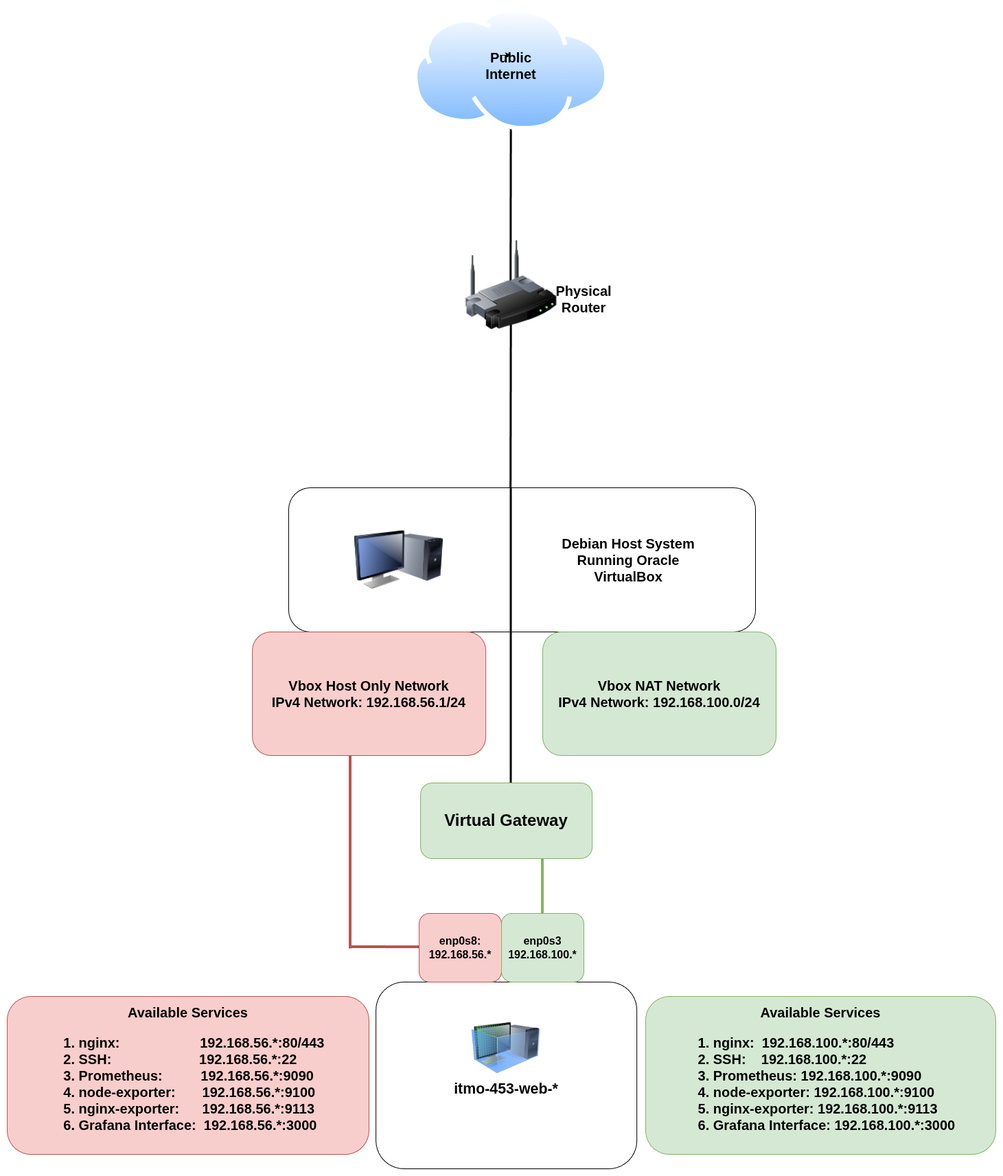
Earlier version of the draw.io export documentation/montoring-system-architecture.png (mdudek2/ITMO-453-Lab3). Source tidied: cells renumbered, new cells last; positions are measured from the earlier drawing's top-left corner, leaving out a move shared by most shapes.
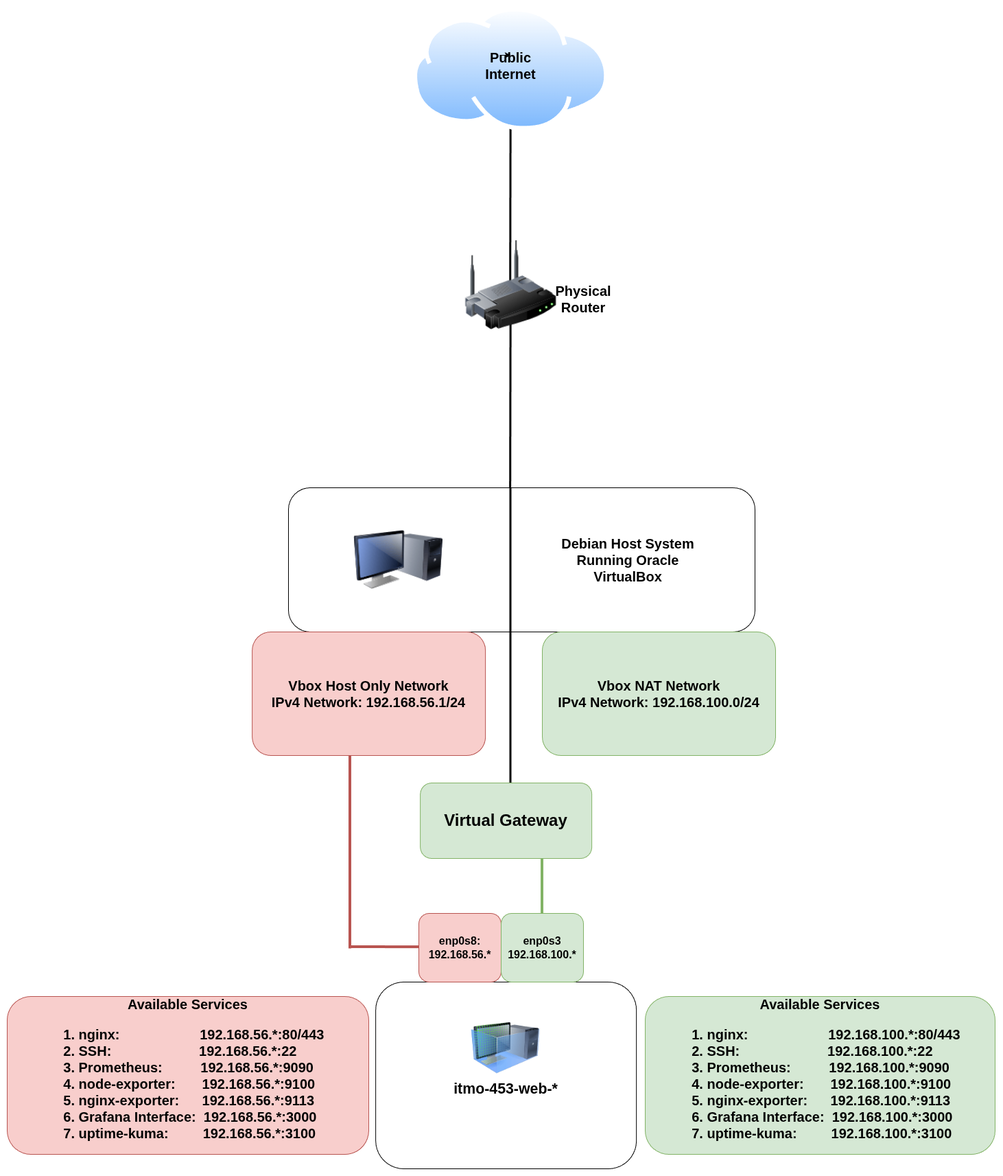
After the change.

The edit, as a diff of the source:
```diff
@@ -86,10 +86,10 @@
     <mxCell id="23" style="edgeStyle=orthogonalEdgeStyle;rounded=0;orthogonalLoop=1;jettySize=auto;html=1;exitX=0.5;exitY=1;exitDx=0;exitDy=0;" parent="1" edge="1" source="18" target="18">
       <mxGeometry relative="1" as="geometry" />
     </mxCell>
-    <mxCell id="24" value="Available Services&lt;div&gt;&lt;div style=&quot;text-align: left;&quot;&gt;&lt;ol&gt;&lt;li&gt;nginx:&amp;nbsp; &amp;nbsp; &amp;nbsp; &amp;nbsp; &amp;nbsp; &amp;nbsp; &amp;nbsp; &amp;nbsp; &amp;nbsp; &amp;nbsp; &amp;nbsp;192.168.56.*:80/443&lt;/li&gt;&lt;li&gt;SSH:&amp;nbsp; &amp;nbsp; &amp;nbsp; &amp;nbsp; &amp;nbsp; &amp;nbsp; &amp;nbsp; &amp;nbsp; &amp;nbsp; &amp;nbsp; &amp;nbsp; &amp;nbsp;192.168.56.*:22&lt;/li&gt;&lt;li&gt;Prometheus:&amp;nbsp; &amp;nbsp; &amp;nbsp; &amp;nbsp; &amp;nbsp; 192.168.56.*:9090&lt;/li&gt;&lt;li&gt;node-exporter:&amp;nbsp; &amp;nbsp; &amp;nbsp; &amp;nbsp;192.168.56.*:9100&lt;/li&gt;&lt;li&gt;nginx-exporter:&amp;nbsp; &amp;nbsp; &amp;nbsp; 192.168.56.*:9113&lt;/li&gt;&lt;li&gt;Grafana Interface:&amp;nbsp; 192.168.56.*:3000&lt;/li&gt;&lt;/ol&gt;&lt;/div&gt;&lt;/div&gt;" style="rounded=1;whiteSpace=wrap;html=1;fontStyle=1;fontSize=20;fillColor=#f8cecc;strokeColor=#b85450;" parent="1" vertex="1">
+    <mxCell id="24" value="Available Services&lt;div&gt;&lt;div style=&quot;text-align: left;&quot;&gt;&lt;ol&gt;&lt;li&gt;nginx:&amp;nbsp; &amp;nbsp; &amp;nbsp; &amp;nbsp; &amp;nbsp; &amp;nbsp; &amp;nbsp; &amp;nbsp; &amp;nbsp; &amp;nbsp; &amp;nbsp;192.168.56.*:80/443&lt;/li&gt;&lt;li&gt;SSH:&amp;nbsp; &amp;nbsp; &amp;nbsp; &amp;nbsp; &amp;nbsp; &amp;nbsp; &amp;nbsp; &amp;nbsp; &amp;nbsp; &amp;nbsp; &amp;nbsp; &amp;nbsp;192.168.56.*:22&lt;/li&gt;&lt;li&gt;Prometheus:&amp;nbsp; &amp;nbsp; &amp;nbsp; &amp;nbsp; &amp;nbsp; 192.168.56.*:9090&lt;/li&gt;&lt;li&gt;node-exporter:&amp;nbsp; &amp;nbsp; &amp;nbsp; &amp;nbsp;192.168.56.*:9100&lt;/li&gt;&lt;li&gt;nginx-exporter:&amp;nbsp; &amp;nbsp; &amp;nbsp; 192.168.56.*:9113&lt;/li&gt;&lt;li&gt;Grafana Interface:&amp;nbsp; 192.168.56.*:3000&lt;/li&gt;&lt;li&gt;uptime-kuma:&amp;nbsp; &amp;nbsp; &amp;nbsp; &amp;nbsp; &amp;nbsp;192.168.56.*:3100&lt;/li&gt;&lt;/ol&gt;&lt;/div&gt;&lt;/div&gt;" style="rounded=1;whiteSpace=wrap;html=1;fontStyle=1;fontSize=20;fillColor=#f8cecc;strokeColor=#b85450;" parent="1" vertex="1">
       <mxGeometry y="1441" width="527" height="230" as="geometry" />
     </mxCell>
-    <mxCell id="25" value="Available Services&lt;div&gt;&lt;div style=&quot;text-align: left;&quot;&gt;&lt;ol&gt;&lt;li&gt;nginx:&amp;nbsp; 192.168.100.*:80/443&lt;/li&gt;&lt;li&gt;SSH:&amp;nbsp; &amp;nbsp; 192.168.100.*:22&lt;/li&gt;&lt;li&gt;Prometheus: 192.168.100.*:9090&lt;/li&gt;&lt;li&gt;node-exporter: 192.168.100.*:9100&lt;/li&gt;&lt;li&gt;nginx-exporter: 192.168.100.*:9113&lt;/li&gt;&lt;li&gt;Grafana Interface: 192.168.100.*:3000&lt;/li&gt;&lt;/ol&gt;&lt;/div&gt;&lt;/div&gt;" style="rounded=1;whiteSpace=wrap;html=1;fontStyle=1;fontSize=20;fillColor=#d5e8d4;strokeColor=#82b366;" parent="1" vertex="1">
+    <mxCell id="25" value="Available Services&lt;div&gt;&lt;div style=&quot;text-align: left;&quot;&gt;&lt;ol&gt;&lt;li&gt;nginx:&amp;nbsp; &amp;nbsp; &amp;nbsp; &amp;nbsp; &amp;nbsp; &amp;nbsp; &amp;nbsp; &amp;nbsp; &amp;nbsp; &amp;nbsp; &amp;nbsp;192.168.100.*:80/443&lt;/li&gt;&lt;li&gt;SSH:&amp;nbsp; &amp;nbsp; &amp;nbsp; &amp;nbsp; &amp;nbsp; &amp;nbsp; &amp;nbsp; &amp;nbsp; &amp;nbsp; &amp;nbsp; &amp;nbsp; &amp;nbsp;192.168.100.*:22&lt;/li&gt;&lt;li&gt;Prometheus:&amp;nbsp; &amp;nbsp; &amp;nbsp; &amp;nbsp; &amp;nbsp; 192.168.100.*:9090&lt;/li&gt;&lt;li&gt;node-exporter:&amp;nbsp; &amp;nbsp; &amp;nbsp; &amp;nbsp;192.168.100.*:9100&lt;/li&gt;&lt;li&gt;nginx-exporter:&amp;nbsp; &amp;nbsp; &amp;nbsp; 192.168.100.*:9113&lt;/li&gt;&lt;li&gt;Grafana Interface:&amp;nbsp; 192.168.100.*:3000&lt;/li&gt;&lt;li&gt;uptime-kuma:&amp;nbsp; &amp;nbsp; &amp;nbsp; &amp;nbsp; &amp;nbsp;192.168.100.*:3100&lt;/li&gt;&lt;/ol&gt;&lt;/div&gt;&lt;/div&gt;" style="rounded=1;whiteSpace=wrap;html=1;fontStyle=1;fontSize=20;fillColor=#d5e8d4;strokeColor=#82b366;" parent="1" vertex="1">
       <mxGeometry x="930" y="1441" width="510" height="230" as="geometry" />
     </mxCell>
     <mxCell id="26" style="edgeStyle=orthogonalEdgeStyle;rounded=0;orthogonalLoop=1;jettySize=auto;html=1;exitX=0.25;exitY=0;exitDx=0;exitDy=0;entryX=0.5;entryY=0;entryDx=0;entryDy=0;" parent="1" edge="1" source="11" target="11">
```
